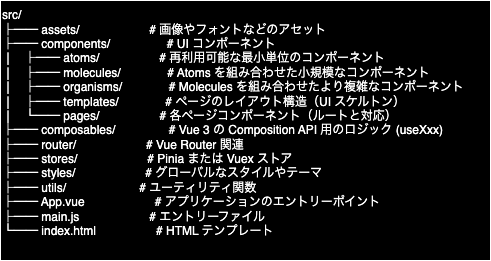
ohiaeni/MemoBlend4J keeps this draw.io diagram as architecture/frontend/img/frontend-architecture.png. Above is the earlier version. Source tidied: cells renumbered, new cells last; positions are measured from the earlier drawing's top-left corner, leaving out a move shared by most shapes.
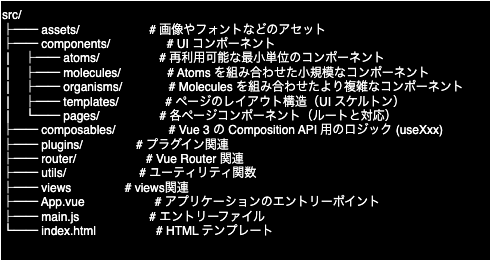
After the commit.

Commit message:
適切なアーキテクチャに調整

The edit, as a diff of the source:
```diff
@@ -2,7 +2,7 @@
   <root>
     <mxCell id="0" />
     <mxCell id="1" parent="0" />
-    <mxCell id="2" value="&lt;div&gt;src/&lt;/div&gt;&lt;div&gt;├── assets/&amp;nbsp; &amp;nbsp; &amp;nbsp; &amp;nbsp; &amp;nbsp; &amp;nbsp; &amp;nbsp; &amp;nbsp; &amp;nbsp; &amp;nbsp; &amp;nbsp;# 画像やフォントなどのアセット&lt;/div&gt;&lt;div&gt;├── components/&amp;nbsp; &amp;nbsp; &amp;nbsp; &amp;nbsp; &amp;nbsp; &amp;nbsp; &amp;nbsp; &amp;nbsp; &amp;nbsp;# UI コンポーネント&lt;/div&gt;&lt;div&gt;│&amp;nbsp; &amp;nbsp;├── atoms/&amp;nbsp; &amp;nbsp; &amp;nbsp; &amp;nbsp; &amp;nbsp; &amp;nbsp; &amp;nbsp; &amp;nbsp; &amp;nbsp; # 再利用可能な最小単位のコンポーネント&lt;/div&gt;&lt;div&gt;│&amp;nbsp; &amp;nbsp;├── molecules/&amp;nbsp; &amp;nbsp; &amp;nbsp; &amp;nbsp; &amp;nbsp; &amp;nbsp; &amp;nbsp; # Atoms を組み合わせた小規模なコンポーネント&lt;/div&gt;&lt;div&gt;│&amp;nbsp; &amp;nbsp;├── organisms/&amp;nbsp; &amp;nbsp; &amp;nbsp; &amp;nbsp; &amp;nbsp; &amp;nbsp; &amp;nbsp; # Molecules を組み合わせたより複雑なコンポーネント&lt;/div&gt;&lt;div&gt;│&amp;nbsp; &amp;nbsp;├── templates/&amp;nbsp; &amp;nbsp; &amp;nbsp; &amp;nbsp; &amp;nbsp; &amp;nbsp; &amp;nbsp; # ページのレイアウト構造（UI スケルトン）&lt;/div&gt;&lt;div&gt;│&amp;nbsp; &amp;nbsp;└── pages/&amp;nbsp; &amp;nbsp; &amp;nbsp; &amp;nbsp; &amp;nbsp; &amp;nbsp; &amp;nbsp; &amp;nbsp; &amp;nbsp; # 各ページコンポーネント（ルートと対応）&lt;/div&gt;&lt;div&gt;├── composables/&amp;nbsp; &amp;nbsp; &amp;nbsp; &amp;nbsp; &amp;nbsp; &amp;nbsp; &amp;nbsp; &amp;nbsp; # Vue 3 の Composition API 用のロジック (useXxx)&lt;/div&gt;&lt;div&gt;├── router/&amp;nbsp; &amp;nbsp; &amp;nbsp; &amp;nbsp; &amp;nbsp; &amp;nbsp; &amp;nbsp; &amp;nbsp; &amp;nbsp; &amp;nbsp; &amp;nbsp;# Vue Router 関連&lt;/div&gt;&lt;div&gt;├── stores/&amp;nbsp; &amp;nbsp; &amp;nbsp; &amp;nbsp; &amp;nbsp; &amp;nbsp; &amp;nbsp; &amp;nbsp; &amp;nbsp; &amp;nbsp; &amp;nbsp;# Pinia または Vuex ストア&lt;/div&gt;&lt;div&gt;├── styles/&amp;nbsp; &amp;nbsp; &amp;nbsp; &amp;nbsp; &amp;nbsp; &amp;nbsp; &amp;nbsp; &amp;nbsp; &amp;nbsp; &amp;nbsp; &amp;nbsp;# グローバルなスタイルやテーマ&lt;/div&gt;&lt;div&gt;├── utils/&amp;nbsp; &amp;nbsp; &amp;nbsp; &amp;nbsp; &amp;nbsp; &amp;nbsp; &amp;nbsp; &amp;nbsp; &amp;nbsp; &amp;nbsp; &amp;nbsp; # ユーティリティ関数&lt;/div&gt;&lt;div&gt;├── App.vue&amp;nbsp; &amp;nbsp; &amp;nbsp; &amp;nbsp; &amp;nbsp; &amp;nbsp; &amp;nbsp; &amp;nbsp; &amp;nbsp; &amp;nbsp; &amp;nbsp;# アプリケーションのエントリーポイント&lt;/div&gt;&lt;div&gt;├── main.js&amp;nbsp; &amp;nbsp; &amp;nbsp; &amp;nbsp; &amp;nbsp; &amp;nbsp; &amp;nbsp; &amp;nbsp; &amp;nbsp; &amp;nbsp; &amp;nbsp;# エントリーファイル&lt;/div&gt;&lt;div&gt;└── index.html&amp;nbsp; &amp;nbsp; &amp;nbsp; &amp;nbsp; &amp;nbsp; &amp;nbsp; &amp;nbsp; &amp;nbsp; &amp;nbsp; # HTML テンプレート&lt;/div&gt;&lt;div&gt;&lt;br&gt;&lt;/div&gt;" style="text;html=1;align=left;verticalAlign=middle;strokeColor=#FFFFFF;fillColor=#000000;fontColor=#FFFFFF;" parent="1" vertex="1">
+    <mxCell id="2" value="&lt;div&gt;src/&lt;/div&gt;&lt;div&gt;├── assets/&amp;nbsp; &amp;nbsp; &amp;nbsp; &amp;nbsp; &amp;nbsp; &amp;nbsp; &amp;nbsp; &amp;nbsp; &amp;nbsp; &amp;nbsp; &amp;nbsp;# 画像やフォントなどのアセット&lt;/div&gt;&lt;div&gt;├── components/&amp;nbsp; &amp;nbsp; &amp;nbsp; &amp;nbsp; &amp;nbsp; &amp;nbsp; &amp;nbsp; &amp;nbsp; &amp;nbsp;# UI コンポーネント&lt;/div&gt;&lt;div&gt;│&amp;nbsp; &amp;nbsp;├── atoms/&amp;nbsp; &amp;nbsp; &amp;nbsp; &amp;nbsp; &amp;nbsp; &amp;nbsp; &amp;nbsp; &amp;nbsp; &amp;nbsp; # 再利用可能な最小単位のコンポーネント&lt;/div&gt;&lt;div&gt;│&amp;nbsp; &amp;nbsp;├── molecules/&amp;nbsp; &amp;nbsp; &amp;nbsp; &amp;nbsp; &amp;nbsp; &amp;nbsp; &amp;nbsp; # Atoms を組み合わせた小規模なコンポーネント&lt;/div&gt;&lt;div&gt;│&amp;nbsp; &amp;nbsp;├── organisms/&amp;nbsp; &amp;nbsp; &amp;nbsp; &amp;nbsp; &amp;nbsp; &amp;nbsp; &amp;nbsp; # Molecules を組み合わせたより複雑なコンポーネント&lt;/div&gt;&lt;div&gt;│&amp;nbsp; &amp;nbsp;├── templates/&amp;nbsp; &amp;nbsp; &amp;nbsp; &amp;nbsp; &amp;nbsp; &amp;nbsp; &amp;nbsp; # ページのレイアウト構造（UI スケルトン）&lt;/div&gt;&lt;div&gt;│&amp;nbsp; &amp;nbsp;└── pages/&amp;nbsp; &amp;nbsp; &amp;nbsp; &amp;nbsp; &amp;nbsp; &amp;nbsp; &amp;nbsp; &amp;nbsp; &amp;nbsp; # 各ページコンポーネント（ルートと対応）&lt;/div&gt;&lt;div&gt;├── composables/&amp;nbsp; &amp;nbsp; &amp;nbsp; &amp;nbsp; &amp;nbsp; &amp;nbsp; &amp;nbsp; &amp;nbsp; # Vue 3 の Composition API 用のロジック (useXxx)&lt;/div&gt;&lt;div&gt;├── plugins/&amp;nbsp; &amp;nbsp; &amp;nbsp; &amp;nbsp; &amp;nbsp; &amp;nbsp; &amp;nbsp; &amp;nbsp; # プラグイン関連&lt;br&gt;&lt;/div&gt;&lt;div&gt;├── router/&amp;nbsp; &amp;nbsp; &amp;nbsp; &amp;nbsp; &amp;nbsp; &amp;nbsp; &amp;nbsp; &amp;nbsp; &amp;nbsp; &amp;nbsp; &amp;nbsp;# Vue Router 関連&lt;/div&gt;&lt;div&gt;├── utils/&amp;nbsp; &amp;nbsp; &amp;nbsp; &amp;nbsp; &amp;nbsp; &amp;nbsp; &amp;nbsp; &amp;nbsp; &amp;nbsp; &amp;nbsp; &amp;nbsp; # ユーティリティ関数&lt;/div&gt;&lt;div&gt;├── views&amp;nbsp; &amp;nbsp; &amp;nbsp; &amp;nbsp; &amp;nbsp; &amp;nbsp; &amp;nbsp; &amp;nbsp; # views関連&lt;br&gt;&lt;/div&gt;&lt;div&gt;├── App.vue&amp;nbsp; &amp;nbsp; &amp;nbsp; &amp;nbsp; &amp;nbsp; &amp;nbsp; &amp;nbsp; &amp;nbsp; &amp;nbsp; &amp;nbsp; &amp;nbsp;# アプリケーションのエントリーポイント&lt;/div&gt;&lt;div&gt;├── main.js&amp;nbsp; &amp;nbsp; &amp;nbsp; &amp;nbsp; &amp;nbsp; &amp;nbsp; &amp;nbsp; &amp;nbsp; &amp;nbsp; &amp;nbsp; &amp;nbsp;# エントリーファイル&lt;/div&gt;&lt;div&gt;└── index.html&amp;nbsp; &amp;nbsp; &amp;nbsp; &amp;nbsp; &amp;nbsp; &amp;nbsp; &amp;nbsp; &amp;nbsp; &amp;nbsp; # HTML テンプレート&lt;/div&gt;&lt;div&gt;&lt;br&gt;&lt;/div&gt;" style="text;html=1;align=left;verticalAlign=middle;strokeColor=#FFFFFF;fillColor=#000000;fontColor=#FFFFFF;" parent="1" vertex="1">
       <mxGeometry width="490" height="260" as="geometry" />
     </mxCell>
   </root>
```
